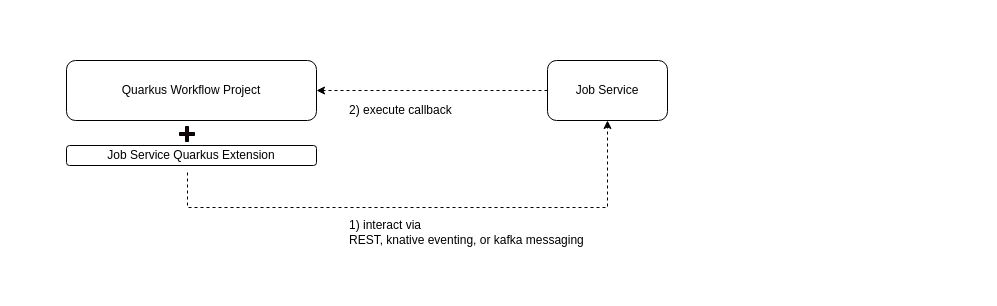
Before: serverlessworkflow/modules/ROOT/assets/images/job-services/Quarkus-Workflow-Project-And-Extension.drawio in wmedvede/kogito-docs, a draw.io diagram. Source tidied: cells renumbered, new cells numbered last; positions are measured from the earlier drawing's top-left corner, leaving out a move shared by most shapes. Both pictures are drawn from the tidied source at 100%, with x=0, y=0 at pixel (17, 17).
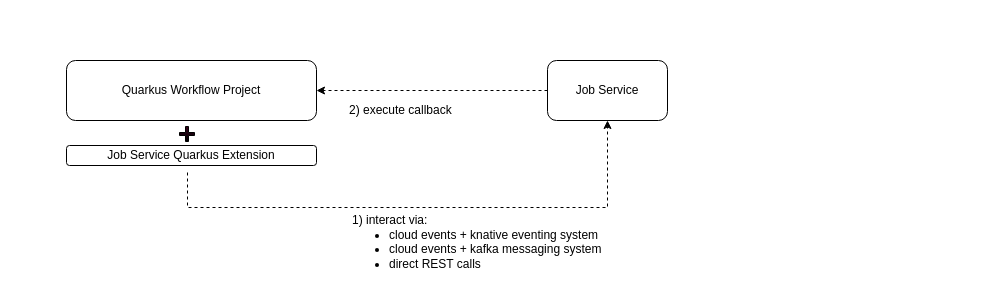
The same page after the edit.

Commit message (it also covers changes not shown here):
KOGITO-9463: Create a new guide describing the Job Services Quarkus Extensions     - Step 6

The edit, as a diff of the source:
```diff
@@
 <mxGraphModel>
   <root>
     <mxCell id="0" />
     <mxCell id="1" parent="0" />
     <mxCell id="2" style="endArrow=classic;html=1;rounded=0;fontFamily=Helvetica;fontSize=10;dashed=1;exitX=0;exitY=0.5;exitDx=0;exitDy=0;" parent="1" edge="1" source="9" target="5">
       <mxGeometry relative="1" as="geometry" />
     </mxCell>
     <mxCell id="3" value="2) execute callback" style="edgeLabel;html=1;align=left;verticalAlign=middle;fontSize=12;fontFamily=Helvetica;" parent="2" vertex="1">
       <mxGeometry x="0.49" relative="1" as="geometry">
         <mxPoint x="-28" y="19" as="offset" />
       </mxGeometry>
     </mxCell>
     <mxCell id="4" style="group;" parent="1" vertex="1">
       <mxGeometry width="386" height="216" as="geometry" />
     </mxCell>
     <mxCell id="5" value="Quarkus Workflow Project" style="rounded=1;whiteSpace=wrap;html=1;" parent="4" vertex="1">
       <mxGeometry x="49" y="43" width="250" height="60" as="geometry" />
     </mxCell>
     <mxCell id="6" style="endArrow=classic;html=1;rounded=0;fontFamily=Helvetica;fontSize=10;dashed=1;entryX=0.5;entryY=1;entryDx=0;entryDy=0;" parent="4" edge="1" target="9">
       <mxGeometry relative="1" as="geometry">
         <mxPoint x="170" y="155" as="sourcePoint" />
         <Array as="points">
           <mxPoint x="170" y="190" />
           <mxPoint x="590" y="190" />
         </Array>
       </mxGeometry>
     </mxCell>
     <mxCell id="7" value="Job Service Quarkus Extension" style="rounded=1;whiteSpace=wrap;html=1;" parent="4" vertex="1">
       <mxGeometry x="49" y="128" width="250" height="20" as="geometry" />
     </mxCell>
     <mxCell id="8" style="group;" parent="1" vertex="1">
       <mxGeometry x="681" y="50" width="282" height="222" as="geometry" />
     </mxCell>
     <mxCell id="9" value="Job Service" style="rounded=1;whiteSpace=wrap;html=1;" parent="8" vertex="1">
       <mxGeometry x="-151" y="-7" width="120" height="60" as="geometry" />
     </mxCell>
     <mxCell id="10" value="&lt;pre style=&quot;background-color: rgb(255, 255, 255); color: rgb(8, 8, 8); font-family: &amp;quot;JetBrains Mono&amp;quot;, monospace;&quot;&gt;&lt;br&gt;&lt;/pre&gt;" style="text;html=1;align=center;verticalAlign=middle;strokeColor=none;fillColor=none;fontSize=12;fontFamily=Helvetica;" parent="8" vertex="1">
       <mxGeometry x="-103" y="-35" width="20" height="50" as="geometry" />
     </mxCell>
-    <mxCell id="11" value="1) interact via&lt;br&gt;REST, knative eventing, or kafka messaging" style="text;html=1;strokeColor=none;fillColor=none;align=left;verticalAlign=middle;whiteSpace=wrap;rounded=0;" parent="1" vertex="1">
-      <mxGeometry x="330" y="200" width="257" height="30" as="geometry" />
+    <mxCell id="11" value="1) interact via:" style="text;html=1;strokeColor=none;fillColor=none;align=left;verticalAlign=middle;whiteSpace=wrap;rounded=0;" parent="1" vertex="1">
+      <mxGeometry x="333" y="188" width="310" height="30" as="geometry" />
     </mxCell>
     <mxCell id="12" style="shape=cross;whiteSpace=wrap;html=1;fillColor=#33001A;strokeColor=#000000;gradientColor=default;" parent="1" vertex="1">
       <mxGeometry x="162" y="109" width="15" height="15" as="geometry" />
     </mxCell>
+    <mxCell id="13" value="&lt;ul&gt;&lt;li&gt;&lt;span style=&quot;background-color: initial;&quot;&gt;cloud events + knative eventing system&lt;/span&gt;&lt;/li&gt;&lt;li&gt;&lt;span style=&quot;background-color: initial;&quot;&gt;cloud events + kafka messaging system&lt;/span&gt;&lt;/li&gt;&lt;li&gt;&lt;span style=&quot;background-color: initial;&quot;&gt;direct REST calls&lt;/span&gt;&lt;/li&gt;&lt;/ul&gt;" style="text;html=1;strokeColor=none;fillColor=none;align=left;verticalAlign=middle;whiteSpace=wrap;rounded=0;" parent="1" vertex="1">
+      <mxGeometry x="330" y="217" width="310" height="30" as="geometry" />
+    </mxCell>
   </root>
 </mxGraphModel>
```
